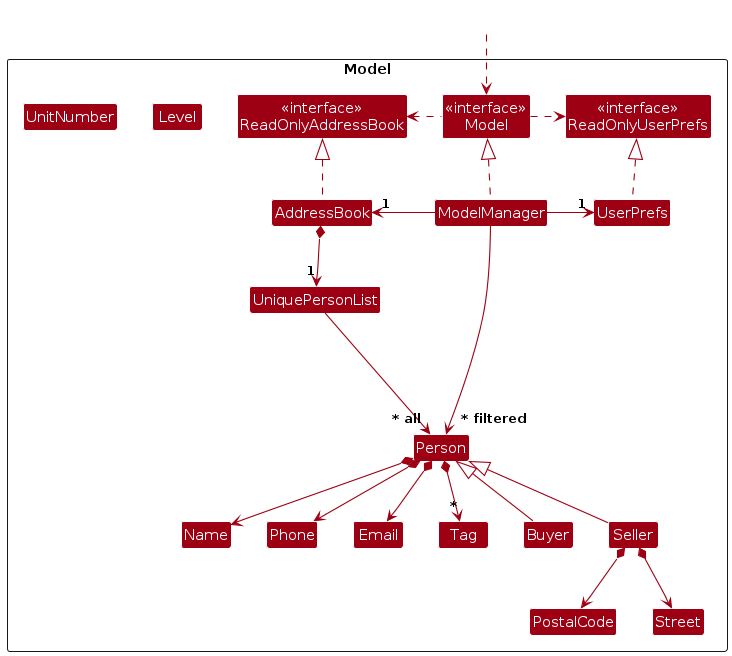
Earlier version of the PlantUML export diagrams/ModelClassDiagram.png (felixchanyy/tp). Its source is kept beside it as diagrams/ModelClassDiagram.puml.
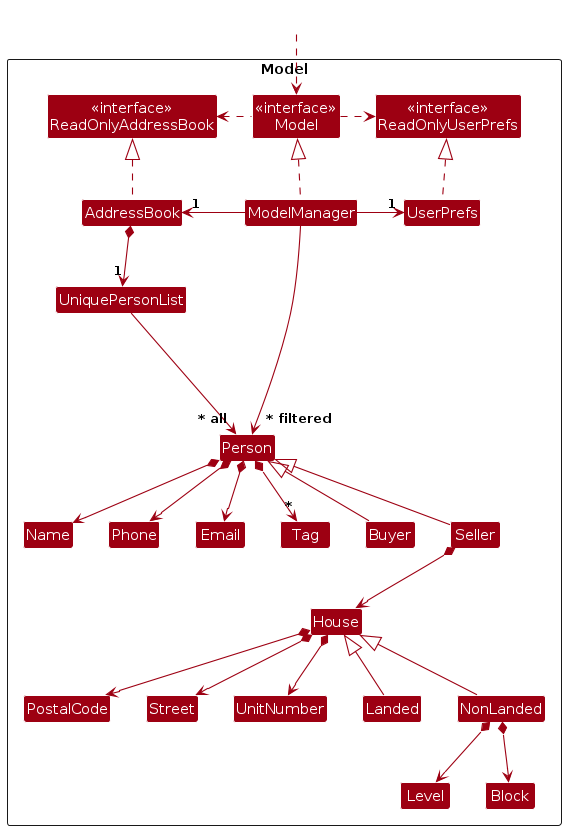
Later version of the same file.

Diff of the diagram source:
```diff
@@ -22,8 +22,12 @@
 Class Street
 Class Level
 Class UnitNumber
+Class Block
 Class Buyer extends Person
 Class Seller extends Person
+Class House
+Class Landed extends House
+Class NonLanded extends House
 
 Class I #FFFFFF
 }
@@ -46,14 +50,21 @@
 Person *--> Phone
 Person *--> Email
 Person *--> "*" Tag
+House *--> PostalCode
+House *--> UnitNumber
+House *--> Street
+Seller *--> House
+NonLanded *--> Block
+NonLanded *--> Level
 
-Seller *--> PostalCode
-Seller *--> Street
+
+
 
 Person -[hidden]up--> I
 UniquePersonList -[hidden]right-> I
 
 Name -[hidden]right-> Phone
 
+
 ModelManager --> "~* filtered" Person
 @enduml
```
